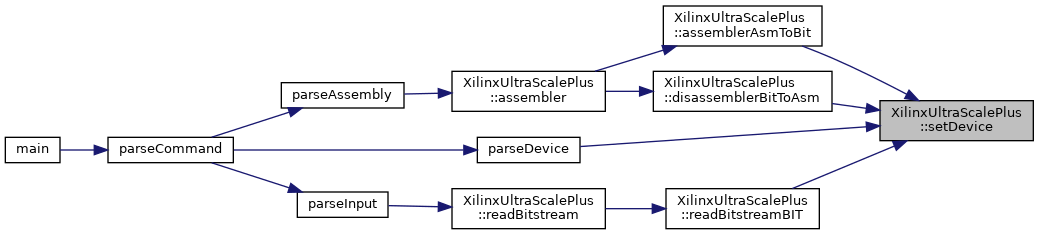
Above: classXilinxUltraScalePlus_a762297dd90b02efcbb4a4aa0274dd34b_icgraph.png in FPGA-Research-Manchester/byteman (Graphviz), before the change. Its source is kept beside it as classXilinxUltraScalePlus_a762297dd90b02efcbb4a4aa0274dd34b_icgraph.dot.
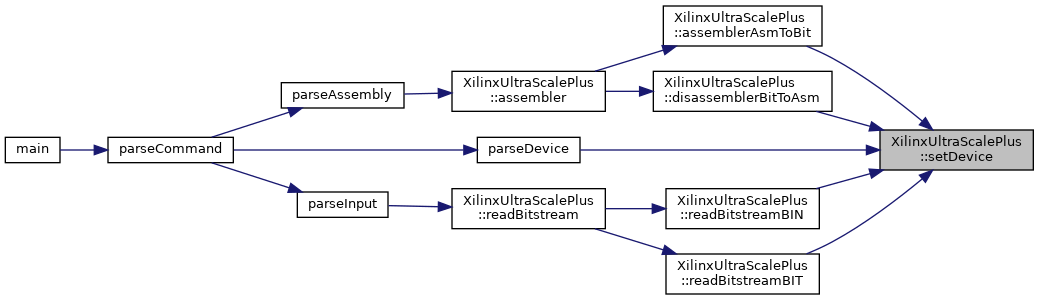
After the commit.

What changed in the source:
```diff
@@ -21,10 +21,13 @@
   Node8 [label="parseDevice",height=0.2,width=0.4,color="black", fillcolor="white", style="filled",URL="$byteman_8cpp.html#a883440ce4fd99a9d8375dd36b34346ee",tooltip=" "];
   Node8 -> Node5 [dir="back",color="midnightblue",fontsize="10",style="solid",fontname="Helvetica"];
   Node1 -> Node9 [dir="back",color="midnightblue",fontsize="10",style="solid",fontname="Helvetica"];
-  Node9 [label="XilinxUltraScalePlus\l::readBitstreamBIT",height=0.2,width=0.4,color="black", fillcolor="white", style="filled",URL="$classXilinxUltraScalePlus.html#a62dea738808396d7d520f26d8e5594d2",tooltip=" "];
+  Node9 [label="XilinxUltraScalePlus\l::readBitstreamBIN",height=0.2,width=0.4,color="black", fillcolor="white", style="filled",URL="$classXilinxUltraScalePlus.html#ae197b2b5b423cd1be99409c70f51bc37",tooltip=" "];
   Node9 -> Node10 [dir="back",color="midnightblue",fontsize="10",style="solid",fontname="Helvetica"];
   Node10 [label="XilinxUltraScalePlus\l::readBitstream",height=0.2,width=0.4,color="black", fillcolor="white", style="filled",URL="$classXilinxUltraScalePlus.html#a0e5d08a2e5c37a29a1a04d50b48739d2",tooltip=" "];
   Node10 -> Node11 [dir="back",color="midnightblue",fontsize="10",style="solid",fontname="Helvetica"];
   Node11 [label="parseInput",height=0.2,width=0.4,color="black", fillcolor="white", style="filled",URL="$byteman_8cpp.html#a4dbd88e4909b2f0429f9d0b2fc2608bb",tooltip=" "];
   Node11 -> Node5 [dir="back",color="midnightblue",fontsize="10",style="solid",fontname="Helvetica"];
+  Node1 -> Node12 [dir="back",color="midnightblue",fontsize="10",style="solid",fontname="Helvetica"];
+  Node12 [label="XilinxUltraScalePlus\l::readBitstreamBIT",height=0.2,width=0.4,color="black", fillcolor="white", style="filled",URL="$classXilinxUltraScalePlus.html#a62dea738808396d7d520f26d8e5594d2",tooltip=" "];
+  Node12 -> Node10 [dir="back",color="midnightblue",fontsize="10",style="solid",fontname="Helvetica"];
 }
```
